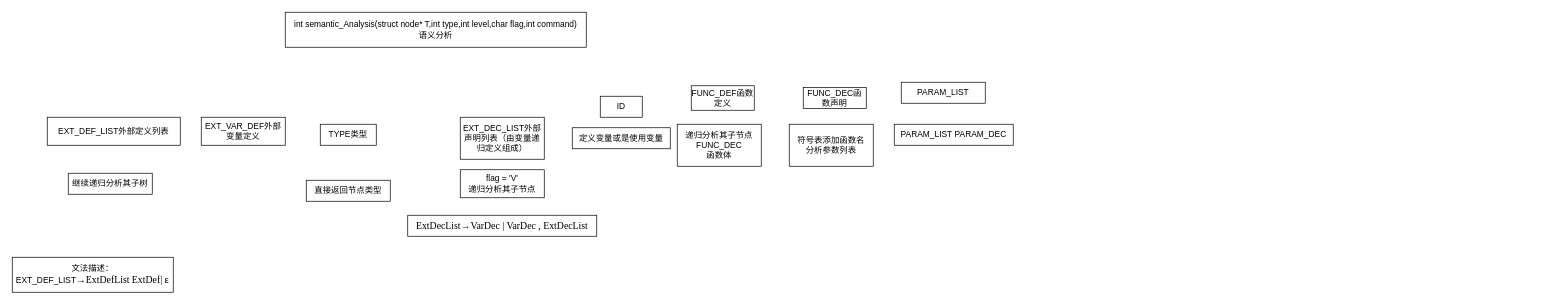
Above: 编译原理/编译原理实验二 语义分析.drawio in AgentGuo/flow_chart (draw.io), before the change. Source tidied: cells renumbered, new cells numbered last; positions are measured from the earlier drawing's top-left corner, leaving out a move shared by most shapes. Both pictures are drawn from the tidied source at 70%, with x=0, y=0 at pixel (12, 12).
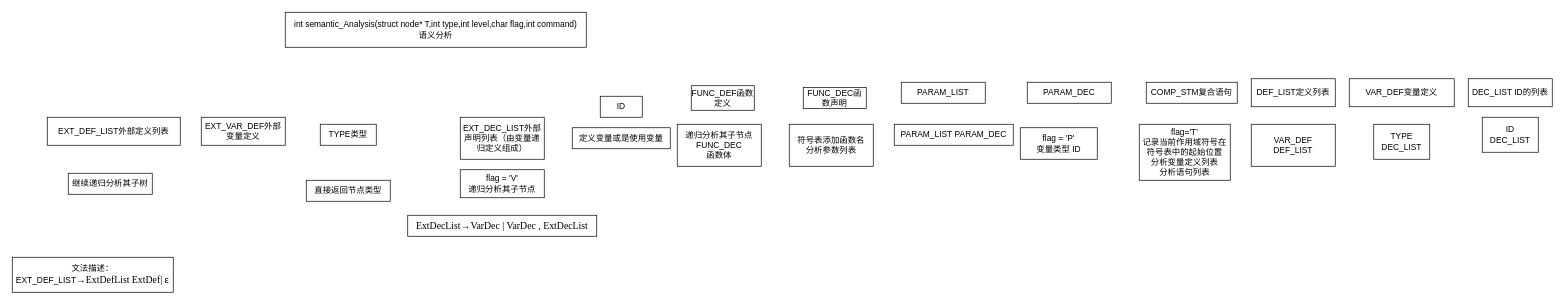
Above is the later version.

Commit message (it also covers changes not shown here):
更新编译原理实验二 语义分析.drawio

What changed in the source:
```diff
@@
+    <mxCell id="20" value="PARAM_DEC" style="whiteSpace=wrap;html=1;" parent="1" vertex="1">
+      <mxGeometry x="1450" y="100" width="120" height="30" as="geometry" />
+    </mxCell>
+    <mxCell id="21" value="flag = 'P'&lt;br&gt;变量类型 ID" style="whiteSpace=wrap;html=1;" parent="1" vertex="1">
+      <mxGeometry x="1440" y="165" width="110" height="45" as="geometry" />
+    </mxCell>
+    <mxCell id="22" value="COMP_STM复合语句" style="whiteSpace=wrap;html=1;" parent="1" vertex="1">
+      <mxGeometry x="1620" y="100" width="130" height="30" as="geometry" />
+    </mxCell>
+    <mxCell id="23" value="flag='T'&lt;br&gt;记录当前作用域符号在符号表中的起始位置&lt;br&gt;分析变量定义列表&lt;br&gt;分析语句列表" style="whiteSpace=wrap;html=1;" parent="1" vertex="1">
+      <mxGeometry x="1610" y="160" width="130" height="80" as="geometry" />
+    </mxCell>
+    <mxCell id="24" value="DEF_LIST定义列表" style="whiteSpace=wrap;html=1;" parent="1" vertex="1">
+      <mxGeometry x="1770" y="95" width="120" height="40" as="geometry" />
+    </mxCell>
+    <mxCell id="25" value="VAR_DEF&lt;br&gt;DEF_LIST" style="whiteSpace=wrap;html=1;" parent="1" vertex="1">
+      <mxGeometry x="1770" y="160" width="120" height="60" as="geometry" />
+    </mxCell>
+    <mxCell id="26" value="VAR_DEF变量定义" style="whiteSpace=wrap;html=1;" parent="1" vertex="1">
+      <mxGeometry x="1910" y="95" width="150" height="40" as="geometry" />
+    </mxCell>
+    <mxCell id="27" value="TYPE&lt;br&gt;DEC_LIST" style="whiteSpace=wrap;html=1;" parent="1" vertex="1">
+      <mxGeometry x="1945" y="160" width="80" height="50" as="geometry" />
+    </mxCell>
+    <mxCell id="28" value="&lt;span&gt;DEC_LIST ID的列表&lt;/span&gt;" style="whiteSpace=wrap;html=1;" parent="1" vertex="1">
+      <mxGeometry x="2080" y="95" width="120" height="40" as="geometry" />
+    </mxCell>
+    <mxCell id="29" value="ID&lt;br&gt;DEC_LIST" style="whiteSpace=wrap;html=1;" parent="1" vertex="1">
+      <mxGeometry x="2100" y="150" width="80" height="50" as="geometry" />
+    </mxCell>
```
